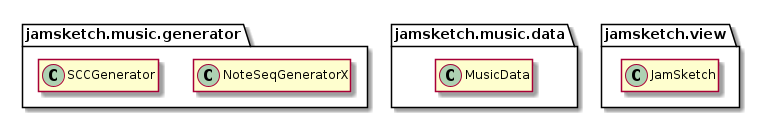
This is diagrams/JamSketch-Class-JamSketchMainClasses.png from kitaharalab/JamSketch, a PlantUML export, as it was before one commit.
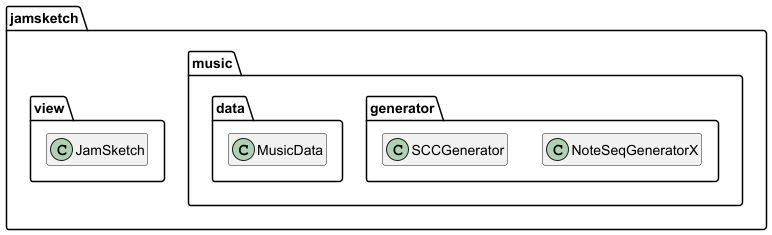
Later version of the same file.

The edit, as a diff of the source:
```diff
@@ -1,9 +1,19 @@
 @startuml
 hide empty members
 
-class jamsketch.music.generator.NoteSeqGeneratorX
-class jamsketch.music.generator.SCCGenerator
-class jamsketch.music.data.MusicData
-class jamsketch.view.JamSketch
+package "jamsketch" {
+    package "music" {
+        package "generator" {
+            class NoteSeqGeneratorX
+            class SCCGenerator
+        }
+        package "data" {
+            class MusicData
+        }
+    }
+    package "view" {
+        class JamSketch
+    }
+}
 
 @enduml
```
